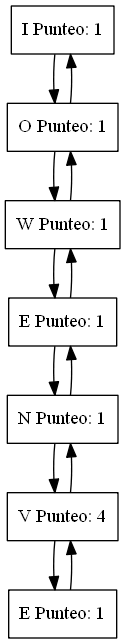
This is FichasJug1.png from ByLy23/Scrabble_CPP, a Graphviz export, as it was before one commit. Its source is kept beside it as FichasJug1.dot.
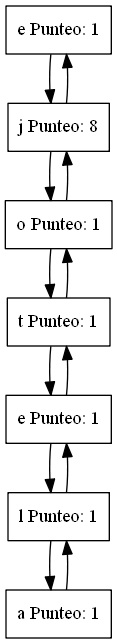
The same diagram one commit later.

The edit, as a diff of the source:
```diff
@@ -1,18 +1,18 @@
 digraph FichasJug1{
  linkdir=LR
-nodo0[shape= record label="I
+nodo0[shape= record label="e
  Punteo: 1"];
-nodo1[shape= record label="O
+nodo1[shape= record label="j
+ Punteo: 8"];
+nodo2[shape= record label="o
  Punteo: 1"];
-nodo2[shape= record label="W
+nodo3[shape= record label="t
  Punteo: 1"];
-nodo3[shape= record label="E
+nodo4[shape= record label="e
  Punteo: 1"];
-nodo4[shape= record label="N
+nodo5[shape= record label="l
  Punteo: 1"];
-nodo5[shape= record label="V
- Punteo: 4"];
-nodo6[shape= record label="E
+nodo6[shape= record label="a
  Punteo: 1"];
 
 nodo0 -> nodo1
```
